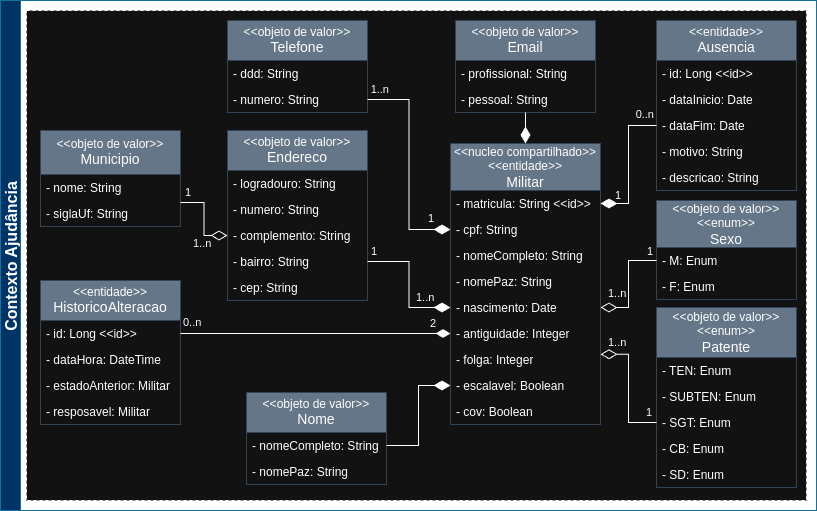
joaoAaf/escalante-ddd keeps this draw.io diagram as docs/diagramas/img/DiagramaUMLAjudancia.png. Above is the earlier version. Source tidied: cells renumbered, new cells last; positions are measured from the earlier drawing's top-left corner, leaving out a move shared by most shapes.
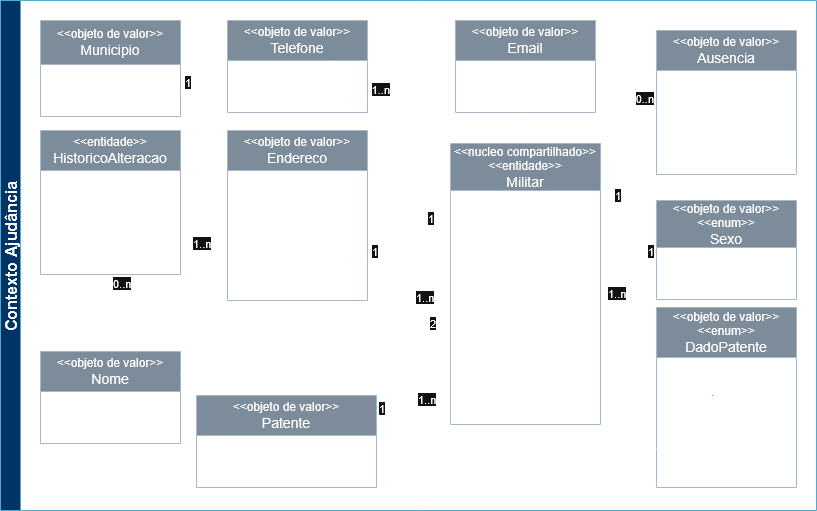
After the change.

Commit message:
Refatorando objetos de valor e diagrama UML da ajudancia

Change to the diagram source:
```diff
@@ -2,10 +2,10 @@
   <root>
     <mxCell id="0" />
     <mxCell id="1" parent="0" />
-    <mxCell id="2" style="rounded=0;whiteSpace=wrap;html=1;dashed=1;" parent="1" vertex="1">
+    <mxCell id="2" style="rounded=0;whiteSpace=wrap;html=1;dashed=1;dashPattern=1 4;strokeWidth=2;fillColor=none;" parent="1" vertex="1">
       <mxGeometry x="26" y="10" width="780" height="490" as="geometry" />
     </mxCell>
-    <mxCell id="3" value="&amp;lt;&amp;lt;objeto de valor&amp;gt;&amp;gt;&lt;br&gt;&lt;font style=&quot;font-size: 14px;&quot;&gt;Telefone&lt;/font&gt;" style="swimlane;fontStyle=0;horizontal=1;startSize=40;fillColor=#647687;whiteSpace=wrap;html=1;fontColor=#ffffff;strokeColor=#314354;" parent="1" vertex="1">
+    <mxCell id="3" value="&amp;lt;&amp;lt;objeto de valor&amp;gt;&amp;gt;&lt;br&gt;&lt;font style=&quot;font-size: 14px;&quot;&gt;Telefone&lt;/font&gt;" style="swimlane;fontStyle=0;horizontal=1;startSize=40;fillColor=#647687;whiteSpace=wrap;html=1;fontColor=light-dark(#FFFFFF,#FFFFFF);strokeColor=#314354;" parent="1" vertex="1">
       <mxGeometry x="227" y="20" width="140" height="92" as="geometry" />
     </mxCell>
     <mxCell id="4" value="- ddd: String" style="text;strokeColor=none;fillColor=none;align=left;verticalAlign=top;spacingLeft=4;spacingRight=4;overflow=hidden;whiteSpace=wrap;html=1;" parent="3" vertex="1">
@@ -14,25 +14,22 @@
     <mxCell id="5" value="- numero: String" style="text;strokeColor=none;fillColor=none;align=left;verticalAlign=top;spacingLeft=4;spacingRight=4;overflow=hidden;points=[[0,0.5],[1,0.5]];portConstraint=eastwest;whiteSpace=wrap;html=1;" parent="3" vertex="1">
       <mxGeometry y="66" width="140" height="26" as="geometry" />
     </mxCell>
-    <mxCell id="6" value="&lt;font style=&quot;font-size: 14px;&quot;&gt;&lt;div style=&quot;font-size: 12px;&quot;&gt;&amp;lt;&amp;lt;entidade&amp;gt;&amp;gt;&lt;/div&gt;Ausencia&lt;/font&gt;" style="swimlane;fontStyle=0;horizontal=1;startSize=40;fillColor=#647687;whiteSpace=wrap;html=1;fontColor=#ffffff;strokeColor=#314354;" parent="1" vertex="1">
-      <mxGeometry x="656" y="20" width="140" height="170" as="geometry" />
+    <mxCell id="6" value="&lt;font style=&quot;font-size: 14px;&quot;&gt;&lt;div style=&quot;font-size: 12px;&quot;&gt;&amp;lt;&amp;lt;objeto de valor&amp;gt;&amp;gt;&lt;/div&gt;Ausencia&lt;/font&gt;" style="swimlane;fontStyle=0;horizontal=1;startSize=40;fillColor=#647687;whiteSpace=wrap;html=1;fontColor=light-dark(#FFFFFF,#FFFFFF);strokeColor=#314354;" parent="1" vertex="1">
+      <mxGeometry x="656" y="30" width="140" height="144" as="geometry" />
     </mxCell>
-    <mxCell id="7" value="- id: Long &amp;lt;&amp;lt;id&amp;gt;&amp;gt;" style="text;strokeColor=none;fillColor=none;align=left;verticalAlign=top;spacingLeft=4;spacingRight=4;overflow=hidden;whiteSpace=wrap;html=1;" parent="6" vertex="1">
-      <mxGeometry y="40" width="140" height="26" as="geometry" />
-    </mxCell>
     <mxCell id="8" value="- dataInicio: Date" style="text;strokeColor=none;fillColor=none;align=left;verticalAlign=top;spacingLeft=4;spacingRight=4;overflow=hidden;whiteSpace=wrap;html=1;" parent="6" vertex="1">
-      <mxGeometry y="66" width="140" height="26" as="geometry" />
+      <mxGeometry y="40" width="140" height="26" as="geometry" />
     </mxCell>
     <mxCell id="9" value="- dataFim: Date" style="text;strokeColor=none;fillColor=none;align=left;verticalAlign=top;spacingLeft=4;spacingRight=4;overflow=hidden;points=[[0,0.5],[1,0.5]];portConstraint=eastwest;whiteSpace=wrap;html=1;" parent="6" vertex="1">
-      <mxGeometry y="92" width="140" height="26" as="geometry" />
+      <mxGeometry y="66" width="140" height="26" as="geometry" />
     </mxCell>
     <mxCell id="10" value="- motivo: String" style="text;strokeColor=none;fillColor=none;align=left;verticalAlign=top;spacingLeft=4;spacingRight=4;overflow=hidden;whiteSpace=wrap;html=1;" parent="6" vertex="1">
-      <mxGeometry y="118" width="140" height="26" as="geometry" />
+      <mxGeometry y="92" width="140" height="26" as="geometry" />
     </mxCell>
     <mxCell id="11" value="- descricao: String" style="text;strokeColor=none;fillColor=none;align=left;verticalAlign=top;spacingLeft=4;spacingRight=4;overflow=hidden;whiteSpace=wrap;html=1;" parent="6" vertex="1">
-      <mxGeometry y="144" width="140" height="26" as="geometry" />
+      <mxGeometry y="118" width="140" height="26" as="geometry" />
     </mxCell>
-    <mxCell id="12" value="&amp;lt;&amp;lt;objeto de valor&amp;gt;&amp;gt;&lt;br&gt;&lt;font style=&quot;font-size: 14px;&quot;&gt;Endereco&lt;/font&gt;" style="swimlane;fontStyle=0;horizontal=1;startSize=40;fillColor=#647687;whiteSpace=wrap;html=1;fontColor=#ffffff;strokeColor=#314354;" parent="1" vertex="1">
+    <mxCell id="12" value="&amp;lt;&amp;lt;objeto de valor&amp;gt;&amp;gt;&lt;br&gt;&lt;font style=&quot;font-size: 14px;&quot;&gt;Endereco&lt;/font&gt;" style="swimlane;fontStyle=0;horizontal=1;startSize=40;fillColor=#647687;whiteSpace=wrap;html=1;fontColor=light-dark(#FFFFFF,#FFFFFF);strokeColor=#314354;" parent="1" vertex="1">
       <mxGeometry x="227" y="130" width="140" height="170" as="geometry" />
     </mxCell>
     <mxCell id="13" value="- logradouro: String" style="text;strokeColor=none;fillColor=none;align=left;verticalAlign=top;spacingLeft=4;spacingRight=4;overflow=hidden;whiteSpace=wrap;html=1;" parent="12" vertex="1">
@@ -50,7 +47,7 @@
     <mxCell id="17" value="- cep: String" style="text;strokeColor=none;fillColor=none;align=left;verticalAlign=top;spacingLeft=4;spacingRight=4;overflow=hidden;whiteSpace=wrap;html=1;" parent="12" vertex="1">
       <mxGeometry y="144" width="140" height="26" as="geometry" />
     </mxCell>
-    <mxCell id="18" value="&lt;div&gt;&lt;div&gt;&lt;div&gt;&amp;lt;&amp;lt;nucleo compartilhado&amp;gt;&amp;gt;&lt;/div&gt;&lt;/div&gt;&lt;/div&gt;&lt;div&gt;&amp;lt;&amp;lt;entidade&amp;gt;&amp;gt;&lt;/div&gt;&lt;div&gt;&lt;font style=&quot;font-size: 14px;&quot;&gt;Militar&lt;/font&gt;&lt;/div&gt;" style="swimlane;fontStyle=0;horizontal=1;startSize=47;fillColor=#647687;whiteSpace=wrap;html=1;fontColor=#ffffff;strokeColor=#314354;" parent="1" vertex="1">
+    <mxCell id="18" value="&lt;div&gt;&lt;div&gt;&lt;div&gt;&amp;lt;&amp;lt;nucleo compartilhado&amp;gt;&amp;gt;&lt;/div&gt;&lt;/div&gt;&lt;/div&gt;&lt;div&gt;&amp;lt;&amp;lt;entidade&amp;gt;&amp;gt;&lt;/div&gt;&lt;div&gt;&lt;font style=&quot;font-size: 14px;&quot;&gt;Militar&lt;/font&gt;&lt;/div&gt;" style="swimlane;fontStyle=0;horizontal=1;startSize=47;fillColor=#647687;whiteSpace=wrap;html=1;fontColor=light-dark(#FFFFFF,#FFFFFF);strokeColor=#314354;" parent="1" vertex="1">
       <mxGeometry x="450" y="143" width="150" height="281" as="geometry" />
     </mxCell>
     <mxCell id="19" value="- matricula: String &amp;lt;&amp;lt;id&amp;gt;&amp;gt;" style="text;strokeColor=none;fillColor=none;align=left;verticalAlign=top;spacingLeft=4;spacingRight=4;overflow=hidden;points=[[0,0.5],[1,0.5]];portConstraint=eastwest;whiteSpace=wrap;html=1;" parent="18" vertex="1">
@@ -71,7 +68,7 @@
     <mxCell id="24" value="- antiguidade: Integer" style="text;strokeColor=none;fillColor=none;align=left;verticalAlign=top;spacingLeft=4;spacingRight=4;overflow=hidden;points=[[0,0.5],[1,0.5]];portConstraint=eastwest;whiteSpace=wrap;html=1;" parent="18" vertex="1">
       <mxGeometry y="177" width="150" height="26" as="geometry" />
     </mxCell>
-    <mxCell id="25" value="- folga: Integer" style="text;strokeColor=none;fillColor=none;align=left;verticalAlign=top;spacingLeft=4;spacingRight=4;overflow=hidden;points=[[0,0.5],[1,0.5]];portConstraint=eastwest;whiteSpace=wrap;html=1;" parent="18" vertex="1">
+    <mxCell id="25" value="- folgaEspecial: Integer" style="text;strokeColor=none;fillColor=none;align=left;verticalAlign=top;spacingLeft=4;spacingRight=4;overflow=hidden;points=[[0,0.5],[1,0.5]];portConstraint=eastwest;whiteSpace=wrap;html=1;" parent="18" vertex="1">
       <mxGeometry y="203" width="150" height="26" as="geometry" />
     </mxCell>
     <mxCell id="26" value="- escalavel: Boolean" style="text;strokeColor=none;fillColor=none;align=left;verticalAlign=top;spacingLeft=4;spacingRight=4;overflow=hidden;points=[[0,0.5],[1,0.5]];portConstraint=eastwest;whiteSpace=wrap;html=1;" parent="18" vertex="1">
@@ -106,7 +103,7 @@
         <mxPoint x="11" y="-23" as="offset" />
       </mxGeometry>
     </mxCell>
-    <mxCell id="34" value="&amp;lt;&amp;lt;objeto de valor&amp;gt;&amp;gt;&lt;br&gt;&lt;font style=&quot;font-size: 14px;&quot;&gt;Email&lt;/font&gt;" style="swimlane;fontStyle=0;horizontal=1;startSize=40;fillColor=#647687;whiteSpace=wrap;html=1;fontColor=#ffffff;strokeColor=#314354;" parent="1" vertex="1">
+    <mxCell id="34" value="&amp;lt;&amp;lt;objeto de valor&amp;gt;&amp;gt;&lt;br&gt;&lt;font style=&quot;font-size: 14px;&quot;&gt;Email&lt;/font&gt;" style="swimlane;fontStyle=0;horizontal=1;startSize=40;fillColor=#647687;whiteSpace=wrap;html=1;fontColor=light-dark(#FFFFFF,#FFFFFF);strokeColor=#314354;" parent="1" vertex="1">
       <mxGeometry x="455" y="20" width="140" height="92" as="geometry" />
     </mxCell>
     <mxCell id="35" value="- profissional: String" style="text;strokeColor=none;fillColor=none;align=left;verticalAlign=top;spacingLeft=4;spacingRight=4;overflow=hidden;whiteSpace=wrap;html=1;" parent="34" vertex="1">
@@ -131,7 +128,7 @@
         <mxPoint x="23" y="-23" as="offset" />
       </mxGeometry>
     </mxCell>
-    <mxCell id="41" value="&amp;lt;&amp;lt;objeto de valor&amp;gt;&amp;gt;&lt;br&gt;&amp;lt;&amp;lt;enum&amp;gt;&amp;gt;&lt;br&gt;&lt;font style=&quot;font-size: 14px;&quot;&gt;Patente&lt;/font&gt;" style="swimlane;fontStyle=0;horizontal=1;startSize=50;fillColor=#647687;whiteSpace=wrap;html=1;fontColor=#ffffff;strokeColor=#314354;" parent="1" vertex="1">
+    <mxCell id="41" value="&amp;lt;&amp;lt;objeto de valor&amp;gt;&amp;gt;&lt;br&gt;&amp;lt;&amp;lt;enum&amp;gt;&amp;gt;&lt;br&gt;&lt;font style=&quot;font-size: 14px;&quot;&gt;DadoPatente&lt;/font&gt;" style="swimlane;fontStyle=0;horizontal=1;startSize=50;fillColor=#647687;whiteSpace=wrap;html=1;fontColor=light-dark(#FFFFFF,#FFFFFF);strokeColor=#314354;" parent="1" vertex="1">
       <mxGeometry x="656" y="307" width="140" height="180" as="geometry" />
     </mxCell>
     <mxCell id="42" value="- TEN: Enum" style="text;strokeColor=none;fillColor=none;align=left;verticalAlign=top;spacingLeft=4;spacingRight=4;overflow=hidden;whiteSpace=wrap;html=1;" parent="41" vertex="1">
@@ -149,21 +146,11 @@
     <mxCell id="46" value="- SD: Enum" style="text;strokeColor=none;fillColor=none;align=left;verticalAlign=top;spacingLeft=4;spacingRight=4;overflow=hidden;whiteSpace=wrap;html=1;" parent="41" vertex="1">
       <mxGeometry y="154" width="140" height="26" as="geometry" />
     </mxCell>
-    <mxCell id="47" style="endArrow=none;html=1;endSize=12;startArrow=diamondThin;startSize=14;startFill=0;edgeStyle=orthogonalEdgeStyle;rounded=0;exitX=1;exitY=0.75;exitDx=0;exitDy=0;entryX=0;entryY=0.5;entryDx=0;entryDy=0;" parent="1" edge="1" source="18" target="44">
+    <mxCell id="47" style="endArrow=none;html=1;endSize=12;startArrow=none;startSize=14;startFill=0;edgeStyle=orthogonalEdgeStyle;rounded=0;exitX=1;exitY=0.5;exitDx=0;exitDy=0;entryX=0;entryY=0.5;entryDx=0;entryDy=0;" parent="1" edge="1" source="77" target="45">
       <mxGeometry relative="1" as="geometry" />
     </mxCell>
-    <mxCell id="48" value="1..n" style="edgeLabel;html=1;align=left;verticalAlign=top;" parent="47" vertex="1">
-      <mxGeometry x="-1" relative="1" as="geometry">
-        <mxPoint x="6" y="-25" as="offset" />
-      </mxGeometry>
-    </mxCell>
-    <mxCell id="49" value="1" style="edgeLabel;html=1;align=right;verticalAlign=top;" parent="47" vertex="1">
-      <mxGeometry x="1" relative="1" as="geometry">
-        <mxPoint x="-3" y="-23" as="offset" />
-      </mxGeometry>
-    </mxCell>
-    <mxCell id="50" value="&amp;lt;&amp;lt;objeto de valor&amp;gt;&amp;gt;&lt;br&gt;&lt;font style=&quot;font-size: 14px;&quot;&gt;Municipio&lt;/font&gt;" style="swimlane;fontStyle=0;horizontal=1;startSize=44;fillColor=#647687;whiteSpace=wrap;html=1;fontColor=#ffffff;strokeColor=#314354;" parent="1" vertex="1">
-      <mxGeometry x="40" y="130" width="140" height="96" as="geometry" />
+    <mxCell id="50" value="&amp;lt;&amp;lt;objeto de valor&amp;gt;&amp;gt;&lt;br&gt;&lt;font style=&quot;font-size: 14px;&quot;&gt;Municipio&lt;/font&gt;" style="swimlane;fontStyle=0;horizontal=1;startSize=44;fillColor=#647687;whiteSpace=wrap;html=1;fontColor=light-dark(#FFFFFF,#FFFFFF);strokeColor=#314354;" parent="1" vertex="1">
+      <mxGeometry x="40" y="20" width="140" height="96" as="geometry" />
     </mxCell>
     <mxCell id="51" value="- nome: String" style="text;strokeColor=none;fillColor=none;align=left;verticalAlign=top;spacingLeft=4;spacingRight=4;overflow=hidden;whiteSpace=wrap;html=1;" parent="50" vertex="1">
       <mxGeometry y="44" width="140" height="26" as="geometry" />
@@ -184,7 +171,7 @@
         <mxPoint x="11" y="-23" as="offset" />
       </mxGeometry>
     </mxCell>
-    <mxCell id="56" value="&amp;lt;&amp;lt;objeto de valor&amp;gt;&amp;gt;&lt;br&gt;&amp;lt;&amp;lt;enum&amp;gt;&amp;gt;&lt;br&gt;&lt;font style=&quot;font-size: 14px;&quot;&gt;Sexo&lt;/font&gt;" style="swimlane;fontStyle=0;horizontal=1;startSize=47;fillColor=#647687;whiteSpace=wrap;html=1;fontColor=#ffffff;strokeColor=#314354;" parent="1" vertex="1">
+    <mxCell id="56" value="&amp;lt;&amp;lt;objeto de valor&amp;gt;&amp;gt;&lt;br&gt;&amp;lt;&amp;lt;enum&amp;gt;&amp;gt;&lt;br&gt;&lt;font style=&quot;font-size: 14px;&quot;&gt;Sexo&lt;/font&gt;" style="swimlane;fontStyle=0;horizontal=1;startSize=47;fillColor=#647687;whiteSpace=wrap;html=1;fontColor=light-dark(#FFFFFF,#FFFFFF);strokeColor=#314354;" parent="1" vertex="1">
       <mxGeometry x="656" y="200" width="140" height="99" as="geometry" />
     </mxCell>
     <mxCell id="57" value="&lt;div&gt;- M: Enum&lt;/div&gt;" style="text;strokeColor=none;fillColor=none;align=left;verticalAlign=top;spacingLeft=4;spacingRight=4;overflow=hidden;points=[[0,0.5],[1,0.5]];portConstraint=eastwest;whiteSpace=wrap;html=1;" parent="56" vertex="1">
@@ -206,11 +193,11 @@
         <mxPoint x="-2" y="-22" as="offset" />
       </mxGeometry>
     </mxCell>
-    <mxCell id="62" value="Contexto Ajudância" style="swimlane;startSize=20;horizontal=0;horizontalTree=1;sortEdges=1;containerType=tree;fontSize=16;fillColor=#003366;strokeColor=#10739e;fontColor=#FFFFFF;" parent="1" vertex="1">
+    <mxCell id="62" value="Contexto Ajudância" style="swimlane;startSize=20;horizontal=0;horizontalTree=1;sortEdges=1;containerType=tree;fontSize=16;fillColor=light-dark(#B1DDF0,#003366);strokeColor=#10739e;" parent="1" vertex="1">
       <mxGeometry width="816" height="510" as="geometry" />
     </mxCell>
-    <mxCell id="63" value="&lt;font style=&quot;font-size: 14px;&quot;&gt;&lt;div style=&quot;font-size: 12px;&quot;&gt;&amp;lt;&amp;lt;entidade&amp;gt;&amp;gt;&lt;/div&gt;HistoricoAlteracao&lt;/font&gt;" style="swimlane;fontStyle=0;horizontal=1;startSize=40;fillColor=#647687;whiteSpace=wrap;html=1;fontColor=#ffffff;strokeColor=#314354;" parent="1" vertex="1">
-      <mxGeometry x="40" y="280" width="140" height="144" as="geometry" />
+    <mxCell id="63" value="&lt;font style=&quot;font-size: 14px;&quot;&gt;&lt;div style=&quot;font-size: 12px;&quot;&gt;&amp;lt;&amp;lt;entidade&amp;gt;&amp;gt;&lt;/div&gt;HistoricoAlteracao&lt;/font&gt;" style="swimlane;fontStyle=0;horizontal=1;startSize=40;fillColor=#647687;whiteSpace=wrap;html=1;fontColor=light-dark(#FFFFFF,#FFFFFF);strokeColor=#314354;" parent="1" vertex="1">
+      <mxGeometry x="40" y="130" width="140" height="144" as="geometry" />
     </mxCell>
     <mxCell id="64" value="- id: Long &amp;lt;&amp;lt;id&amp;gt;&amp;gt;" style="text;strokeColor=none;fillColor=none;align=left;verticalAlign=top;spacingLeft=4;spacingRight=4;overflow=hidden;points=[[0,0.5],[1,0.5]];portConstraint=eastwest;whiteSpace=wrap;html=1;" parent="63" vertex="1">
       <mxGeometry y="40" width="140" height="26" as="geometry" />
@@ -224,12 +211,12 @@
     <mxCell id="67" value="- resposavel: Militar" style="text;strokeColor=none;fillColor=none;align=left;verticalAlign=top;spacingLeft=4;spacingRight=4;overflow=hidden;whiteSpace=wrap;html=1;" parent="63" vertex="1">
       <mxGeometry y="118" width="140" height="26" as="geometry" />
     </mxCell>
-    <mxCell id="68" style="endArrow=diamondThin;html=1;endSize=12;startArrow=none;startSize=14;startFill=0;edgeStyle=orthogonalEdgeStyle;rounded=0;exitX=1;exitY=0.5;exitDx=0;exitDy=0;entryX=0;entryY=0.5;entryDx=0;entryDy=0;endFill=1;" parent="1" edge="1" source="64" target="24">
+    <mxCell id="68" style="endArrow=diamondThin;html=1;endSize=12;startArrow=none;startSize=14;startFill=0;edgeStyle=orthogonalEdgeStyle;rounded=0;entryX=0;entryY=0.5;entryDx=0;entryDy=0;endFill=1;" parent="1" edge="1" source="63" target="24">
       <mxGeometry relative="1" as="geometry" />
     </mxCell>
     <mxCell id="69" value="0..n" style="edgeLabel;html=1;align=left;verticalAlign=top;" parent="68" vertex="1">
       <mxGeometry x="-1" relative="1" as="geometry">
-        <mxPoint x="1" y="-24" as="offset" />
+        <mxPoint x="1" y="-4" as="offset" />
       </mxGeometry>
     </mxCell>
     <mxCell id="70" value="2" style="edgeLabel;html=1;align=right;verticalAlign=top;" parent="68" vertex="1">
@@ -237,8 +224,8 @@
         <mxPoint x="-14" y="-23" as="offset" />
       </mxGeometry>
     </mxCell>
-    <mxCell id="71" value="&amp;lt;&amp;lt;objeto de valor&amp;gt;&amp;gt;&lt;br&gt;&lt;font style=&quot;font-size: 14px;&quot;&gt;Nome&lt;/font&gt;" style="swimlane;fontStyle=0;horizontal=1;startSize=40;fillColor=#647687;whiteSpace=wrap;html=1;fontColor=#ffffff;strokeColor=#314354;" parent="1" vertex="1">
-      <mxGeometry x="246" y="392" width="140" height="92" as="geometry" />
+    <mxCell id="71" value="&amp;lt;&amp;lt;objeto de valor&amp;gt;&amp;gt;&lt;br&gt;&lt;font style=&quot;font-size: 14px;&quot;&gt;Nome&lt;/font&gt;" style="swimlane;fontStyle=0;horizontal=1;startSize=40;fillColor=#647687;whiteSpace=wrap;html=1;fontColor=light-dark(#FFFFFF,#FFFFFF);strokeColor=#314354;" parent="1" vertex="1">
+      <mxGeometry x="40" y="351" width="140" height="92" as="geometry" />
     </mxCell>
     <mxCell id="72" value="- nomeCompleto: String" style="text;strokeColor=none;fillColor=none;align=left;verticalAlign=top;spacingLeft=4;spacingRight=4;overflow=hidden;points=[[0,0.5],[1,0.5]];portConstraint=eastwest;whiteSpace=wrap;html=1;" parent="71" vertex="1">
       <mxGeometry y="40" width="140" height="26" as="geometry" />
@@ -246,8 +233,30 @@
     <mxCell id="73" value="- nomePaz: String" style="text;strokeColor=none;fillColor=none;align=left;verticalAlign=top;spacingLeft=4;spacingRight=4;overflow=hidden;whiteSpace=wrap;html=1;" parent="71" vertex="1">
       <mxGeometry y="66" width="140" height="26" as="geometry" />
     </mxCell>
-    <mxCell id="74" style="endArrow=none;html=1;endSize=12;startArrow=diamondThin;startSize=14;startFill=1;edgeStyle=orthogonalEdgeStyle;rounded=0;exitX=0;exitY=0.5;exitDx=0;exitDy=0;entryX=1;entryY=0.5;entryDx=0;entryDy=0;" parent="1" edge="1" source="26" target="72">
+    <mxCell id="74" style="endArrow=none;html=1;endSize=12;startArrow=diamondThin;startSize=14;startFill=1;edgeStyle=orthogonalEdgeStyle;rounded=0;exitX=0;exitY=0.5;exitDx=0;exitDy=0;entryX=1;entryY=0.25;entryDx=0;entryDy=0;" parent="1" edge="1" source="25" target="71">
       <mxGeometry relative="1" as="geometry" />
     </mxCell>
+    <mxCell id="75" value="&amp;lt;&amp;lt;objeto de valor&amp;gt;&amp;gt;&lt;br&gt;&lt;font style=&quot;font-size: 14px;&quot;&gt;Patente&lt;/font&gt;" style="swimlane;fontStyle=0;horizontal=1;startSize=40;fillColor=#647687;whiteSpace=wrap;html=1;fontColor=light-dark(#FFFFFF,#FFFFFF);strokeColor=#314354;" parent="1" vertex="1">
+      <mxGeometry x="196" y="395" width="180" height="92" as="geometry" />
+    </mxCell>
+    <mxCell id="76" value="- dadoPatente: &lt;font style=&quot;font-size: 14px;&quot;&gt;DadoPatente&lt;/font&gt;" style="text;strokeColor=none;fillColor=none;align=left;verticalAlign=top;spacingLeft=4;spacingRight=4;overflow=hidden;whiteSpace=wrap;html=1;" parent="75" vertex="1">
+      <mxGeometry y="40" width="180" height="26" as="geometry" />
+    </mxCell>
+    <mxCell id="77" value="- folgaEspecial: Integer" style="text;strokeColor=none;fillColor=none;align=left;verticalAlign=top;spacingLeft=4;spacingRight=4;overflow=hidden;points=[[0,0.5],[1,0.5]];portConstraint=eastwest;whiteSpace=wrap;html=1;" parent="75" vertex="1">
+      <mxGeometry y="66" width="180" height="26" as="geometry" />
+    </mxCell>
+    <mxCell id="78" style="endArrow=none;html=1;endSize=12;startArrow=diamondThin;startSize=14;startFill=0;edgeStyle=orthogonalEdgeStyle;rounded=0;exitX=0;exitY=0.5;exitDx=0;exitDy=0;entryX=1;entryY=0.25;entryDx=0;entryDy=0;" parent="1" edge="1" source="27" target="75">
+      <mxGeometry relative="1" as="geometry" />
+    </mxCell>
+    <mxCell id="48" value="1..n" style="edgeLabel;html=1;align=left;verticalAlign=top;" parent="78" vertex="1">
+      <mxGeometry x="-1" relative="1" as="geometry">
+        <mxPoint x="-34" y="-25" as="offset" />
+      </mxGeometry>
+    </mxCell>
+    <mxCell id="49" value="1" style="edgeLabel;html=1;align=right;verticalAlign=top;" parent="78" vertex="1">
+      <mxGeometry x="1" relative="1" as="geometry">
+        <mxPoint x="9" y="-23" as="offset" />
+      </mxGeometry>
+    </mxCell>
   </root>
 </mxGraphModel>
```
